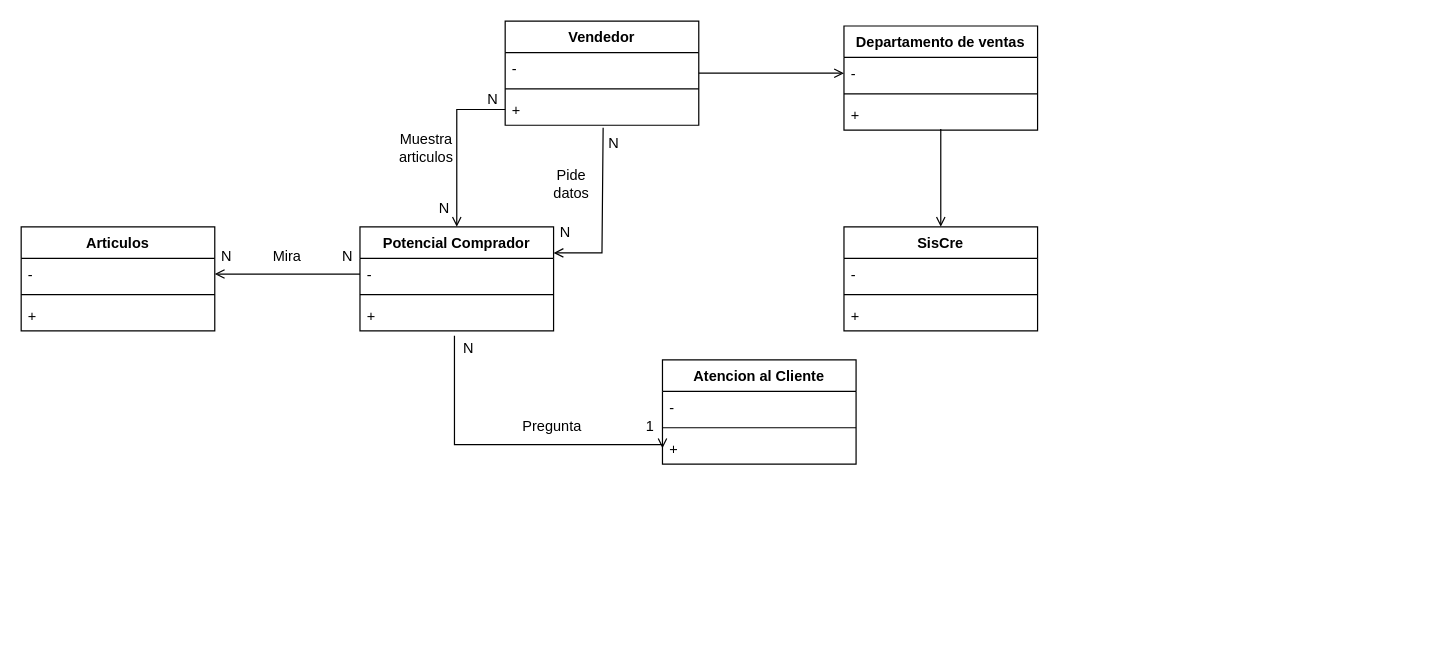
Before: page "Venta de Electrodomesticos" (6 of 8) of Untitled Diagram.drawio in NatsukiAza/Proyecto-7C, a draw.io diagram. Source tidied: cells renumbered, new cells numbered last; positions are measured from the earlier drawing's top-left corner, leaving out a move shared by most shapes. Both pictures are drawn from the tidied source at 121%, with x=0, y=0 at pixel (21, 21).
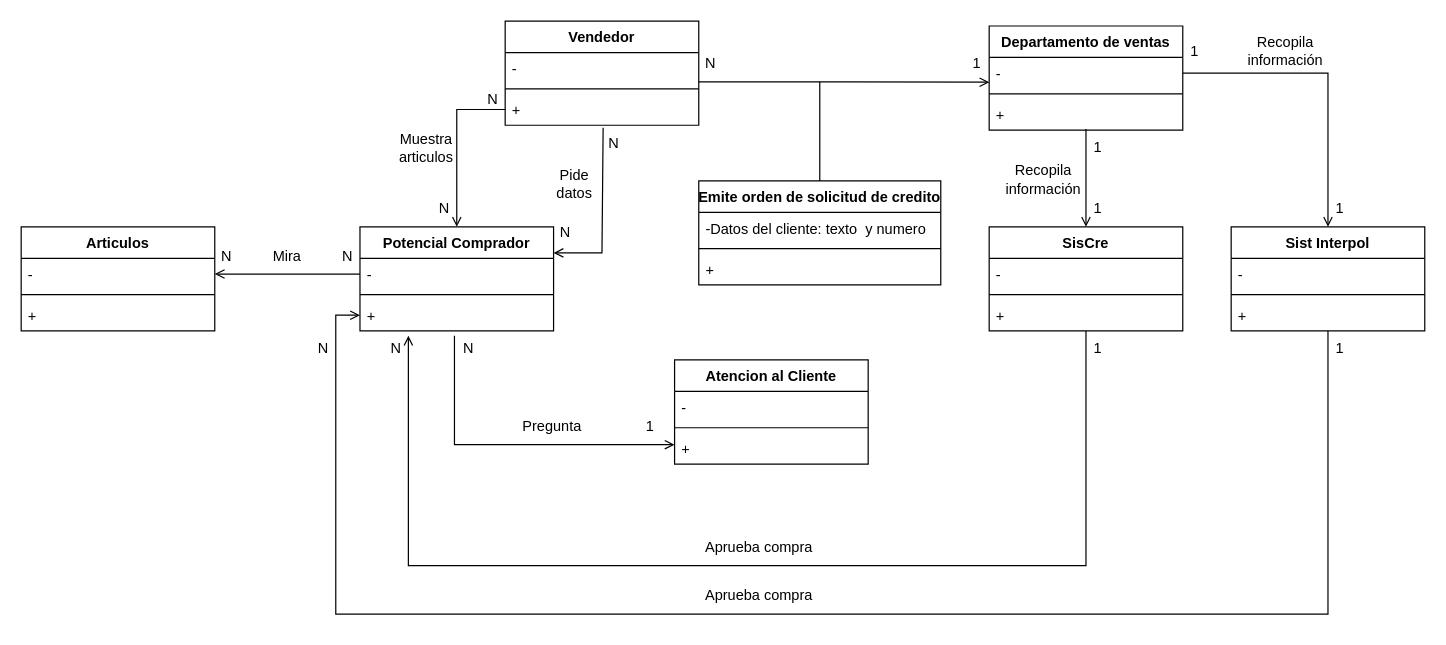
The same page after the edit.

Unchanged cells that the change refers to:
```xml
<mxCell id="7" value="+" style="text;strokeColor=none;fillColor=none;align=left;verticalAlign=top;spacingLeft=4;spacingRight=4;overflow=hidden;points=[[0,0.5],[1,0.5]];portConstraint=eastwest;" parent="4" vertex="1">
  <mxGeometry y="60" width="160" height="26" as="geometry" />
</mxCell>
<mxCell id="11" value="+" style="text;strokeColor=none;fillColor=none;align=left;verticalAlign=top;spacingLeft=4;spacingRight=4;overflow=hidden;points=[[0,0.5],[1,0.5]];portConstraint=eastwest;" parent="8" vertex="1">
  <mxGeometry y="60" width="160" height="26" as="geometry" />
</mxCell>
<mxCell id="13" value="Vendedor" style="swimlane;fontStyle=1;align=center;verticalAlign=top;horizontal=1;startSize=26;" parent="1" vertex="1">
  <mxGeometry x="400" width="160" height="86" as="geometry" />
</mxCell>
<mxCell id="14" value="-" style="text;strokeColor=none;fillColor=none;align=left;verticalAlign=top;spacingLeft=4;spacingRight=4;overflow=hidden;points=[[0,0.5],[1,0.5]];portConstraint=eastwest;" parent="13" vertex="1">
  <mxGeometry y="26" width="160" height="26" as="geometry" />
</mxCell>
<mxCell id="36" value="-" style="text;strokeColor=none;fillColor=none;align=left;verticalAlign=top;spacingLeft=4;spacingRight=4;overflow=hidden;points=[[0,0.5],[1,0.5]];portConstraint=eastwest;" parent="35" vertex="1">
  <mxGeometry y="26" width="160" height="26" as="geometry" />
</mxCell>
```

Change to the diagram source:
```diff
@@
-    <mxCell id="2" style="edgeStyle=orthogonalEdgeStyle;rounded=0;jettySize=auto;html=1;entryX=0;entryY=0.5;entryDx=0;entryDy=0;endArrow=open;endFill=0;exitX=0.488;exitY=1.154;exitDx=0;exitDy=0;exitPerimeter=0;" parent="1" edge="1" source="7" target="11">
+    <mxCell id="2" style="edgeStyle=orthogonalEdgeStyle;rounded=0;jettySize=auto;html=1;endArrow=open;endFill=0;exitX=0.488;exitY=1.154;exitDx=0;exitDy=0;exitPerimeter=0;" parent="1" edge="1" source="7">
       <mxGeometry relative="1" as="geometry">
+        <mxPoint x="540" y="350" as="targetPoint" />
         <Array as="points">
           <mxPoint x="358" y="350" />
           <mxPoint x="530" y="350" />
         </Array>
       </mxGeometry>
     </mxCell>
@@
     <mxCell id="8" value="Atencion al Cliente" style="swimlane;fontStyle=1;align=center;verticalAlign=top;horizontal=1;startSize=26;" parent="1" vertex="1">
-      <mxGeometry x="530" y="280" width="160" height="86" as="geometry" />
+      <mxGeometry x="540" y="280" width="160" height="86" as="geometry" />
     </mxCell>
@@
-    <mxCell id="12" style="edgeStyle=orthogonalEdgeStyle;rounded=0;jettySize=auto;html=1;endArrow=open;endFill=0;entryX=0;entryY=0.5;entryDx=0;entryDy=0;" parent="1" edge="1" source="13" target="36">
+    <mxCell id="12" style="edgeStyle=orthogonalEdgeStyle;rounded=0;jettySize=auto;html=1;endArrow=open;endFill=0;entryX=0.001;entryY=0.786;entryDx=0;entryDy=0;exitX=1;exitY=0.929;exitDx=0;exitDy=0;exitPerimeter=0;entryPerimeter=0;" parent="1" edge="1" source="14" target="36">
       <mxGeometry relative="1" as="geometry" />
     </mxCell>
@@
     <mxCell id="34" value="Pide datos" style="text;html=1;strokeColor=none;fillColor=none;align=center;verticalAlign=middle;whiteSpace=wrap;rounded=0;" parent="1" vertex="1">
-      <mxGeometry x="430" y="120" width="50" height="30" as="geometry" />
+      <mxGeometry x="435" y="120" width="45" height="30" as="geometry" />
     </mxCell>
     <mxCell id="35" value="Departamento de ventas" style="swimlane;fontStyle=1;align=center;verticalAlign=top;horizontal=1;startSize=26;" parent="1" vertex="1">
-      <mxGeometry x="680" y="4" width="160" height="86" as="geometry" />
+      <mxGeometry x="800" y="4" width="160" height="86" as="geometry" />
     </mxCell>
@@
+    <mxCell id="44" style="edgeStyle=orthogonalEdgeStyle;rounded=0;jettySize=auto;html=1;entryX=0.25;entryY=1.154;entryDx=0;entryDy=0;entryPerimeter=0;endArrow=open;endFill=0;" parent="1" edge="1" source="39" target="7">
+      <mxGeometry relative="1" as="geometry">
+        <Array as="points">
+          <mxPoint x="880" y="450" />
+          <mxPoint x="320" y="450" />
+        </Array>
+      </mxGeometry>
+    </mxCell>
     <mxCell id="39" value="SisCre" style="swimlane;fontStyle=1;align=center;verticalAlign=top;horizontal=1;startSize=26;" parent="1" vertex="1">
-      <mxGeometry x="680" y="170" width="160" height="86" as="geometry" />
+      <mxGeometry x="800" y="170" width="160" height="86" as="geometry" />
     </mxCell>
@@
+    <mxCell id="45" value="Emite orden de solicitud de credito" style="swimlane;fontStyle=1;align=center;verticalAlign=top;horizontal=1;startSize=26;" parent="1" vertex="1">
+      <mxGeometry x="560" y="132" width="200" height="86" as="geometry" />
+    </mxCell>
+    <mxCell id="46" value="-Datos del cliente: texto  y numero" style="text;strokeColor=none;fillColor=none;align=left;verticalAlign=top;spacingLeft=4;spacingRight=4;overflow=hidden;" parent="45" vertex="1">
+      <mxGeometry y="26" width="200" height="26" as="geometry" />
+    </mxCell>
+    <mxCell id="47" style="line;strokeWidth=1;fillColor=none;align=left;verticalAlign=middle;spacingTop=-1;spacingLeft=3;spacingRight=3;labelPosition=right;" parent="45" vertex="1">
+      <mxGeometry y="52" width="200" height="8" as="geometry" />
+    </mxCell>
+    <mxCell id="48" value="+" style="text;strokeColor=none;fillColor=none;align=left;verticalAlign=top;spacingLeft=4;spacingRight=4;overflow=hidden;" parent="45" vertex="1">
+      <mxGeometry y="60" width="200" height="26" as="geometry" />
+    </mxCell>
+    <mxCell id="49" style="endArrow=none;html=1;rounded=0;exitX=0.5;exitY=0;exitDx=0;exitDy=0;" parent="1" edge="1" source="45">
+      <mxGeometry relative="1" as="geometry">
+        <mxPoint x="660" y="50" as="targetPoint" />
+        <Array as="points">
+          <mxPoint x="660" y="80" />
+        </Array>
+      </mxGeometry>
+    </mxCell>
+    <mxCell id="50" value="N" style="text;html=1;strokeColor=none;fillColor=none;align=center;verticalAlign=middle;whiteSpace=wrap;rounded=0;" parent="1" vertex="1">
+      <mxGeometry x="560" y="20" width="20" height="30" as="geometry" />
+    </mxCell>
+    <mxCell id="51" value="1" style="text;html=1;strokeColor=none;fillColor=none;align=center;verticalAlign=middle;whiteSpace=wrap;rounded=0;" parent="1" vertex="1">
+      <mxGeometry x="780" y="20" width="20" height="30" as="geometry" />
+    </mxCell>
+    <mxCell id="52" value="Recopila información" style="text;html=1;strokeColor=none;fillColor=none;align=center;verticalAlign=middle;whiteSpace=wrap;rounded=0;" parent="1" vertex="1">
+      <mxGeometry x="810" y="116" width="70" height="30" as="geometry" />
+    </mxCell>
+    <mxCell id="53" value="1" style="text;html=1;strokeColor=none;fillColor=none;align=center;verticalAlign=middle;whiteSpace=wrap;rounded=0;" parent="1" vertex="1">
+      <mxGeometry x="880" y="90" width="20" height="30" as="geometry" />
+    </mxCell>
+    <mxCell id="54" value="1" style="text;html=1;strokeColor=none;fillColor=none;align=center;verticalAlign=middle;whiteSpace=wrap;rounded=0;" parent="1" vertex="1">
+      <mxGeometry x="880" y="140" width="20" height="30" as="geometry" />
+    </mxCell>
+    <mxCell id="55" style="edgeStyle=orthogonalEdgeStyle;rounded=0;jettySize=auto;html=1;entryX=0;entryY=0.5;entryDx=0;entryDy=0;endArrow=open;endFill=0;" parent="1" edge="1" source="56" target="7">
+      <mxGeometry relative="1" as="geometry">
+        <Array as="points">
+          <mxPoint x="1080" y="490" />
+          <mxPoint x="260" y="490" />
+          <mxPoint x="260" y="243" />
+        </Array>
+      </mxGeometry>
+    </mxCell>
+    <mxCell id="56" value="Sist Interpol" style="swimlane;fontStyle=1;align=center;verticalAlign=top;horizontal=1;startSize=26;" parent="1" vertex="1">
+      <mxGeometry x="1000" y="170" width="160" height="86" as="geometry" />
+    </mxCell>
+    <mxCell id="57" value="-" style="text;strokeColor=none;fillColor=none;align=left;verticalAlign=top;spacingLeft=4;spacingRight=4;overflow=hidden;" parent="56" vertex="1">
+      <mxGeometry y="26" width="160" height="26" as="geometry" />
+    </mxCell>
+    <mxCell id="58" style="line;strokeWidth=1;fillColor=none;align=left;verticalAlign=middle;spacingTop=-1;spacingLeft=3;spacingRight=3;labelPosition=right;" parent="56" vertex="1">
+      <mxGeometry y="52" width="160" height="8" as="geometry" />
+    </mxCell>
+    <mxCell id="59" value="+" style="text;strokeColor=none;fillColor=none;align=left;verticalAlign=top;spacingLeft=4;spacingRight=4;overflow=hidden;" parent="56" vertex="1">
+      <mxGeometry y="60" width="160" height="26" as="geometry" />
+    </mxCell>
+    <mxCell id="60" style="edgeStyle=orthogonalEdgeStyle;rounded=0;jettySize=auto;html=1;entryX=0.5;entryY=0;entryDx=0;entryDy=0;endArrow=open;endFill=0;" parent="1" edge="1" source="36" target="56">
+      <mxGeometry relative="1" as="geometry" />
+    </mxCell>
+    <mxCell id="61" value="Recopila información" style="text;html=1;strokeColor=none;fillColor=none;align=center;verticalAlign=middle;whiteSpace=wrap;rounded=0;" parent="1" vertex="1">
+      <mxGeometry x="1010" y="10" width="70" height="30" as="geometry" />
+    </mxCell>
+    <mxCell id="62" value="1" style="text;html=1;strokeColor=none;fillColor=none;align=center;verticalAlign=middle;whiteSpace=wrap;rounded=0;" parent="1" vertex="1">
+      <mxGeometry x="960" y="10" width="20" height="30" as="geometry" />
+    </mxCell>
+    <mxCell id="63" value="1" style="text;html=1;strokeColor=none;fillColor=none;align=center;verticalAlign=middle;whiteSpace=wrap;rounded=0;" parent="1" vertex="1">
+      <mxGeometry x="1080" y="140" width="20" height="30" as="geometry" />
+    </mxCell>
+    <mxCell id="64" value="1" style="text;html=1;strokeColor=none;fillColor=none;align=center;verticalAlign=middle;whiteSpace=wrap;rounded=0;" parent="1" vertex="1">
+      <mxGeometry x="1080" y="256" width="20" height="30" as="geometry" />
+    </mxCell>
+    <mxCell id="65" value="1" style="text;html=1;strokeColor=none;fillColor=none;align=center;verticalAlign=middle;whiteSpace=wrap;rounded=0;" parent="1" vertex="1">
+      <mxGeometry x="880" y="256" width="20" height="30" as="geometry" />
+    </mxCell>
+    <mxCell id="66" value="Aprueba compra" style="text;html=1;strokeColor=none;fillColor=none;align=center;verticalAlign=middle;whiteSpace=wrap;rounded=0;" parent="1" vertex="1">
+      <mxGeometry x="555" y="420" width="110" height="30" as="geometry" />
+    </mxCell>
+    <mxCell id="67" value="Aprueba compra" style="text;html=1;strokeColor=none;fillColor=none;align=center;verticalAlign=middle;whiteSpace=wrap;rounded=0;" parent="1" vertex="1">
+      <mxGeometry x="555" y="460" width="110" height="30" as="geometry" />
+    </mxCell>
+    <mxCell id="68" value="N" style="text;html=1;strokeColor=none;fillColor=none;align=center;verticalAlign=middle;whiteSpace=wrap;rounded=0;" parent="1" vertex="1">
+      <mxGeometry x="240" y="256" width="20" height="30" as="geometry" />
+    </mxCell>
+    <mxCell id="69" value="N" style="text;html=1;strokeColor=none;fillColor=none;align=center;verticalAlign=middle;whiteSpace=wrap;rounded=0;" parent="1" vertex="1">
+      <mxGeometry x="300" y="256" width="20" height="30" as="geometry" />
+    </mxCell>
```
